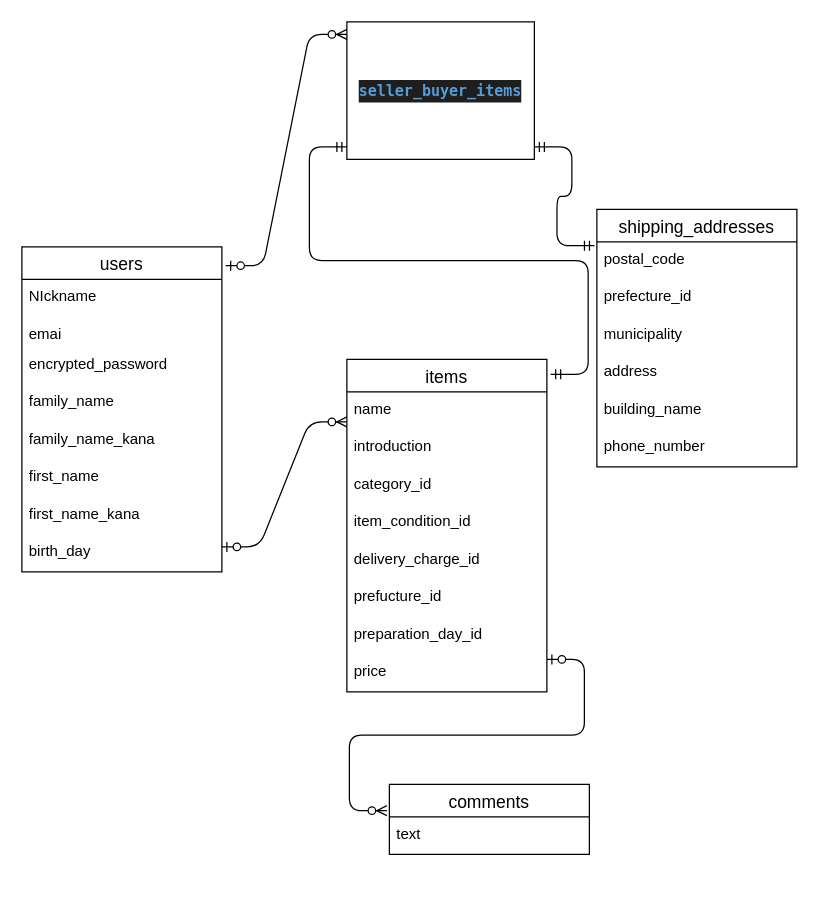
This is test.dio from Itsme-reina/furima-34355, a draw.io file, before an edit. Source tidied: cells renumbered, new cells numbered last; positions are measured from the earlier drawing's top-left corner, leaving out a move shared by most shapes. Both pictures are drawn from the tidied source at 125%, with x=0, y=0 at pixel (21, 21).
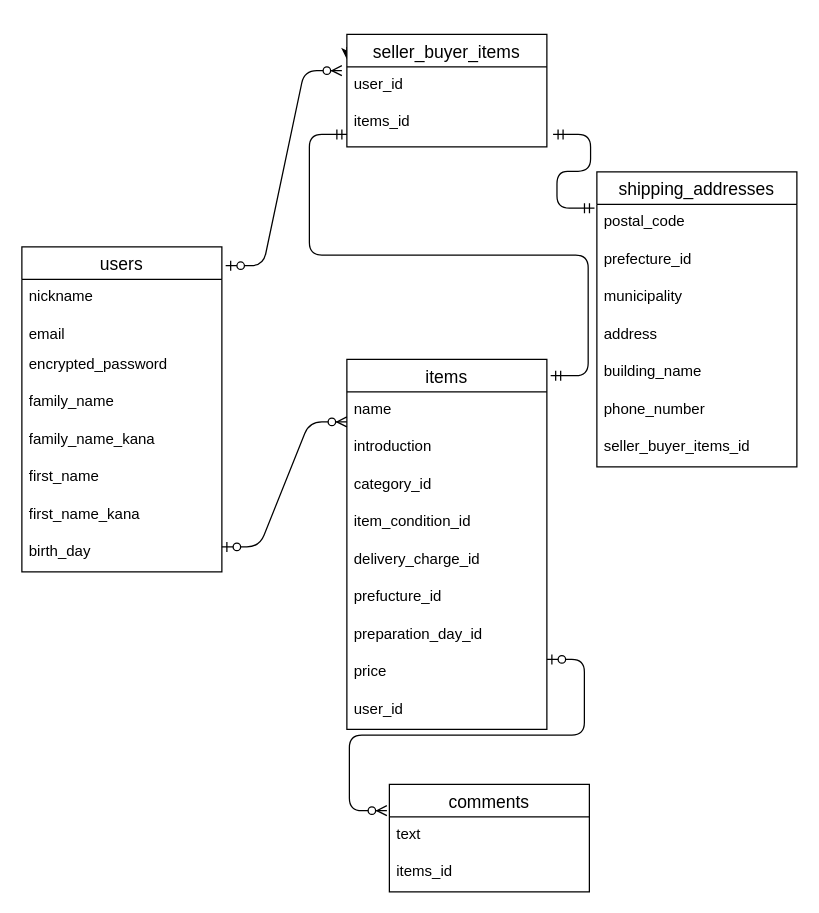
Above is the later version.

Unchanged cells that the change refers to:
```xml
<mxCell id="2" value="users" style="swimlane;fontStyle=0;horizontal=1;startSize=26;align=center;fontSize=14;" parent="1" vertex="1">
  <mxGeometry y="180" width="160" height="260" as="geometry" />
</mxCell>
<mxCell id="24" value="postal_code " style="text;strokeColor=none;fillColor=none;spacingLeft=4;spacingRight=4;overflow=hidden;points=[[0,0.5],[1,0.5]];portConstraint=eastwest;fontSize=12;" parent="23" vertex="1">
  <mxGeometry y="26" width="160" height="30" as="geometry" />
</mxCell>
```

What changed in the source:
```diff
@@
-    <mxCell id="3" value="NIckname" style="text;strokeColor=none;fillColor=none;spacingLeft=4;spacingRight=4;overflow=hidden;fontSize=12;" parent="2" vertex="1">
+    <mxCell id="3" value="nickname" style="text;strokeColor=none;fillColor=none;spacingLeft=4;spacingRight=4;overflow=hidden;fontSize=12;" parent="2" vertex="1">
       <mxGeometry y="26" width="160" height="30" as="geometry" />
     </mxCell>
-    <mxCell id="4" value="emai&#10;" style="text;strokeColor=none;fillColor=none;spacingLeft=4;spacingRight=4;overflow=hidden;fontSize=12;" parent="2" vertex="1">
+    <mxCell id="4" value="email&#10;" style="text;strokeColor=none;fillColor=none;spacingLeft=4;spacingRight=4;overflow=hidden;fontSize=12;" parent="2" vertex="1">
       <mxGeometry y="56" width="160" height="24" as="geometry" />
     </mxCell>
@@
     <mxCell id="11" value="items" style="swimlane;fontStyle=0;horizontal=1;startSize=26;align=center;fontSize=14;" parent="1" vertex="1">
-      <mxGeometry x="260" y="270" width="160" height="266" as="geometry" />
+      <mxGeometry x="260" y="270" width="160" height="296" as="geometry" />
     </mxCell>
@@
+    <mxCell id="35" value="user_id" style="text;strokeColor=none;fillColor=none;spacingLeft=4;spacingRight=4;overflow=hidden;fontSize=12;" parent="11" vertex="1">
+      <mxGeometry y="266" width="160" height="30" as="geometry" />
+    </mxCell>
     <mxCell id="20" value="comments" style="swimlane;fontStyle=0;horizontal=1;startSize=26;align=center;fontSize=14;" parent="1" vertex="1">
-      <mxGeometry x="294" y="610" width="160" height="56" as="geometry" />
+      <mxGeometry x="294" y="610" width="160" height="86" as="geometry" />
     </mxCell>
@@
-    <mxCell id="22" value="&lt;div style=&quot;color: rgb(212 , 212 , 212) ; background-color: rgb(30 , 30 , 30) ; font-family: &amp;#34;menlo&amp;#34; , &amp;#34;monaco&amp;#34; , &amp;#34;courier new&amp;#34; , monospace ; line-height: 18px&quot;&gt;&lt;span style=&quot;color: #569cd6 ; font-weight: bold&quot;&gt;seller_buyer_items&lt;/span&gt;&lt;/div&gt;" style="whiteSpace=wrap;html=1;align=center;" parent="1" vertex="1">
-      <mxGeometry x="260" width="150" height="110" as="geometry" />
-    </mxCell>
+    <mxCell id="36" value="items_id" style="text;strokeColor=none;fillColor=none;spacingLeft=4;spacingRight=4;overflow=hidden;fontSize=12;" parent="20" vertex="1">
+      <mxGeometry y="56" width="160" height="30" as="geometry" />
+    </mxCell>
     <mxCell id="23" value="shipping_addresses" style="swimlane;fontStyle=0;horizontal=1;startSize=26;align=center;fontSize=14;" parent="1" vertex="1">
-      <mxGeometry x="460" y="150" width="160" height="206" as="geometry" />
+      <mxGeometry x="460" y="120" width="160" height="236" as="geometry" />
     </mxCell>
@@
+    <mxCell id="37" value="seller_buyer_items_id" style="text;strokeColor=none;fillColor=none;spacingLeft=4;spacingRight=4;overflow=hidden;fontSize=12;" parent="23" vertex="1">
+      <mxGeometry y="206" width="160" height="30" as="geometry" />
+    </mxCell>
@@
-    <mxCell id="32" style="edgeStyle=entityRelationEdgeStyle;fontSize=12;html=1;endArrow=ERzeroToMany;startArrow=ERzeroToOne;exitX=1.019;exitY=0.058;exitDx=0;exitDy=0;exitPerimeter=0;" parent="1" edge="1" source="2">
-      <mxGeometry relative="1" as="geometry">
-        <mxPoint x="260" y="10" as="targetPoint" />
-      </mxGeometry>
+    <mxCell id="32" style="edgeStyle=entityRelationEdgeStyle;fontSize=12;html=1;endArrow=ERzeroToMany;startArrow=ERzeroToOne;exitX=1.019;exitY=0.058;exitDx=0;exitDy=0;exitPerimeter=0;entryX=-0.025;entryY=0.1;entryDx=0;entryDy=0;entryPerimeter=0;" parent="1" edge="1" source="2" target="39">
+      <mxGeometry relative="1" as="geometry" />
     </mxCell>
-    <mxCell id="33" style="edgeStyle=entityRelationEdgeStyle;fontSize=12;html=1;endArrow=ERmandOne;startArrow=ERmandOne;entryX=-0.012;entryY=0.1;entryDx=0;entryDy=0;entryPerimeter=0;" parent="1" edge="1" target="24">
-      <mxGeometry relative="1" as="geometry">
-        <mxPoint x="410" y="100" as="sourcePoint" />
-      </mxGeometry>
+    <mxCell id="33" style="edgeStyle=entityRelationEdgeStyle;fontSize=12;html=1;endArrow=ERmandOne;startArrow=ERmandOne;entryX=-0.012;entryY=0.1;entryDx=0;entryDy=0;entryPerimeter=0;exitX=1.031;exitY=0.706;exitDx=0;exitDy=0;exitPerimeter=0;" parent="1" edge="1" source="40" target="24">
+      <mxGeometry relative="1" as="geometry" />
     </mxCell>
-    <mxCell id="34" style="edgeStyle=entityRelationEdgeStyle;fontSize=12;html=1;endArrow=ERmandOne;startArrow=ERmandOne;exitX=1.019;exitY=0.045;exitDx=0;exitDy=0;exitPerimeter=0;" parent="1" edge="1" source="11">
-      <mxGeometry relative="1" as="geometry">
-        <mxPoint x="260" y="100" as="targetPoint" />
-      </mxGeometry>
-    </mxCell>
+    <mxCell id="38" style="edgeStyle=orthogonalEdgeStyle;rounded=0;orthogonalLoop=1;jettySize=auto;html=1;exitX=0;exitY=0.25;exitDx=0;exitDy=0;" parent="1" edge="1">
+      <mxGeometry relative="1" as="geometry">
+        <mxPoint x="260" y="20" as="sourcePoint" />
+        <mxPoint x="260" y="30" as="targetPoint" />
+      </mxGeometry>
+    </mxCell>
+    <mxCell id="22" value="seller_buyer_items" style="swimlane;fontStyle=0;horizontal=1;startSize=26;align=center;fontSize=14;" parent="1" vertex="1">
+      <mxGeometry x="260" y="10" width="160" height="90" as="geometry" />
+    </mxCell>
+    <mxCell id="39" value="user_id" style="text;strokeColor=none;fillColor=none;spacingLeft=4;spacingRight=4;overflow=hidden;points=[[0,0.5],[1,0.5]];portConstraint=eastwest;fontSize=12;" parent="22" vertex="1">
+      <mxGeometry y="26" width="160" height="30" as="geometry" />
+    </mxCell>
+    <mxCell id="40" value="items_id" style="text;strokeColor=none;fillColor=none;spacingLeft=4;spacingRight=4;overflow=hidden;points=[[0,0.5],[1,0.5]];portConstraint=eastwest;fontSize=12;" parent="22" vertex="1">
+      <mxGeometry y="56" width="160" height="34" as="geometry" />
+    </mxCell>
+    <mxCell id="41" style="edgeStyle=entityRelationEdgeStyle;fontSize=12;html=1;endArrow=ERmandOne;startArrow=ERmandOne;exitX=1.019;exitY=0.044;exitDx=0;exitDy=0;exitPerimeter=0;" parent="1" edge="1" source="11">
+      <mxGeometry relative="1" as="geometry">
+        <mxPoint x="260" y="90" as="targetPoint" />
+      </mxGeometry>
+    </mxCell>
```
